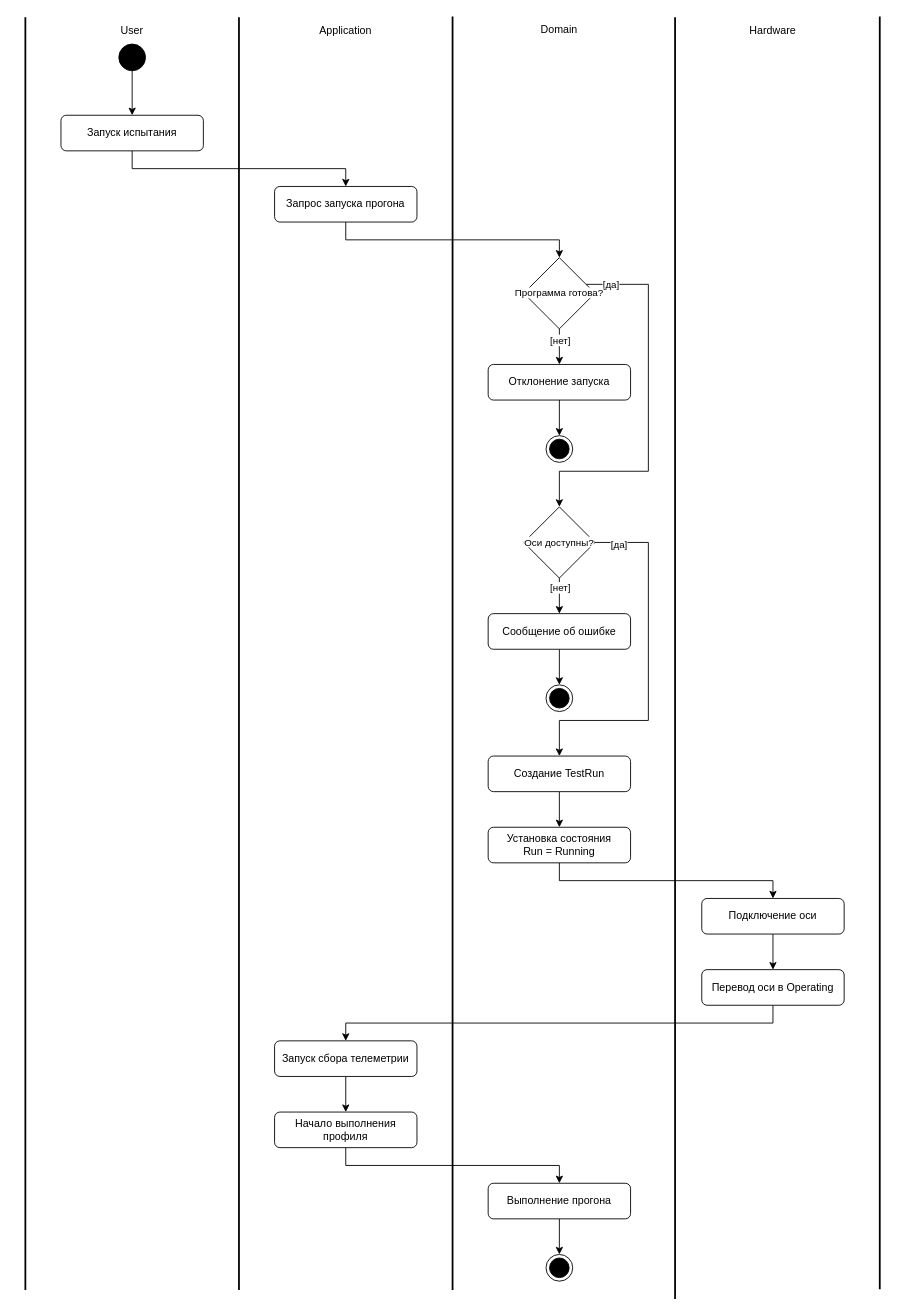
Above: page "ДА - Запуск испытания" (4 of 4) of docs/diagrams/analytics-artifacts.drawio in TarkWight/uas-test-system (draw.io), before the change. Source tidied: cells renumbered, new cells numbered last; positions are measured from the earlier drawing's top-left corner, leaving out a move shared by most shapes. Both pictures are drawn from the tidied source at 89%, with x=0, y=0 at pixel (16, 16).
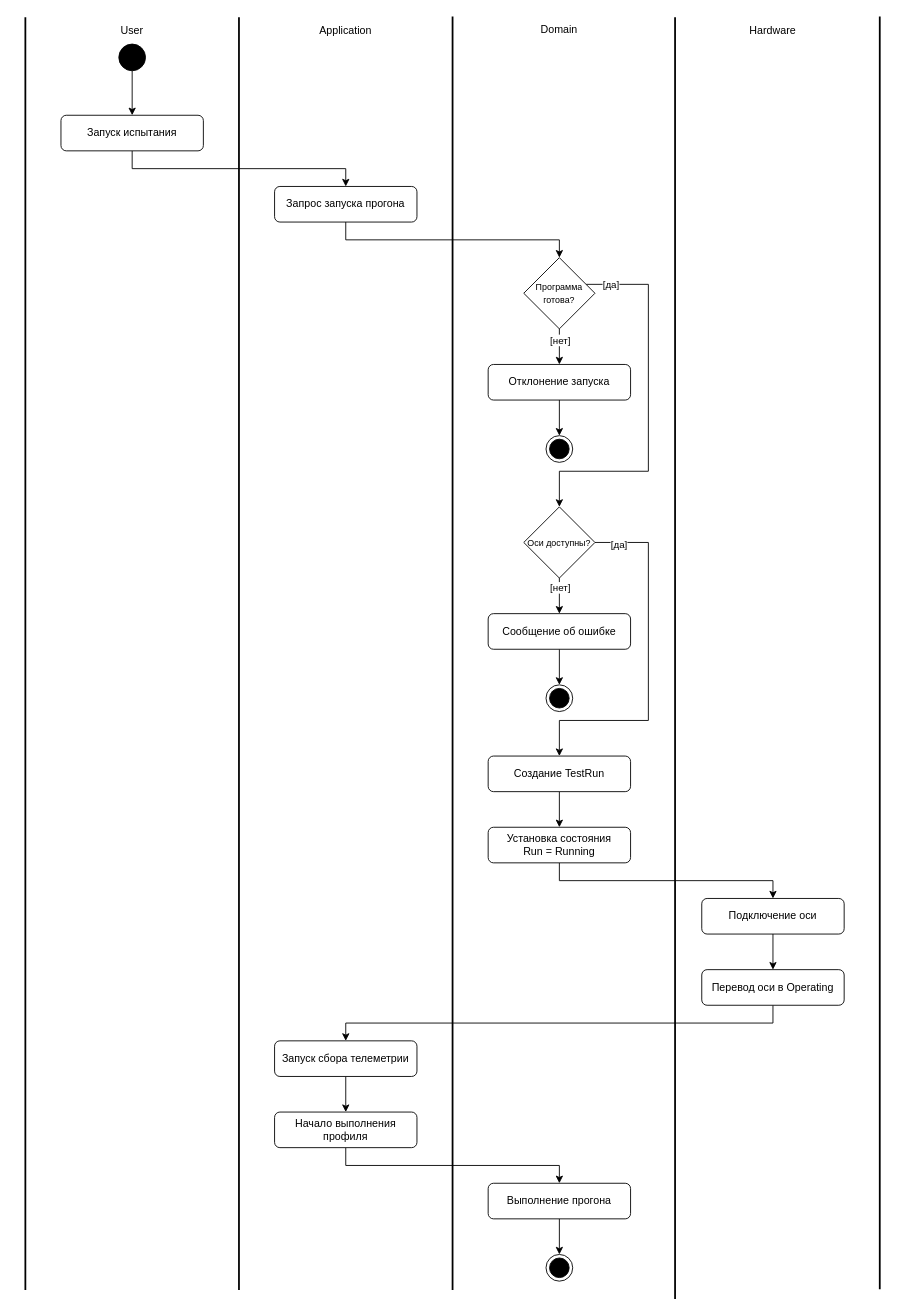
The same diagram, later.

Commit message:
? fix AD: text background color

The edit, as a diff of the source:
```diff
@@
-    <mxCell id="20" value="&lt;span style=&quot;font-size: 11px; text-wrap-mode: nowrap; background-color: rgb(255, 255, 255);&quot;&gt;Программа готова?&lt;/span&gt;" style="rhombus;whiteSpace=wrap;html=1;" parent="1" vertex="1">
+    <mxCell id="20" value="&lt;span style=&quot;text-wrap-mode: nowrap;&quot;&gt;&lt;font style=&quot;font-size: 10px;&quot;&gt;Программа&lt;/font&gt;&lt;/span&gt;&lt;div&gt;&lt;span style=&quot;text-wrap-mode: nowrap;&quot;&gt;&lt;font style=&quot;font-size: 10px;&quot;&gt;готова?&lt;/font&gt;&lt;/span&gt;&lt;/div&gt;" style="rhombus;whiteSpace=wrap;html=1;" parent="1" vertex="1">
       <mxGeometry x="570" y="271" width="80" height="80" as="geometry" />
     </mxCell>
@@
-    <mxCell id="28" value="&lt;span style=&quot;font-size: 11px; text-wrap-mode: nowrap; background-color: rgb(255, 255, 255);&quot;&gt;Оси доступны?&lt;/span&gt;" style="rhombus;whiteSpace=wrap;html=1;" parent="1" vertex="1">
+    <mxCell id="28" value="&lt;span style=&quot;text-wrap-mode: nowrap;&quot;&gt;&lt;font style=&quot;font-size: 10px;&quot;&gt;Оси доступны?&lt;/font&gt;&lt;/span&gt;" style="rhombus;whiteSpace=wrap;html=1;" parent="1" vertex="1">
       <mxGeometry x="570" y="551" width="80" height="80" as="geometry" />
     </mxCell>
```
